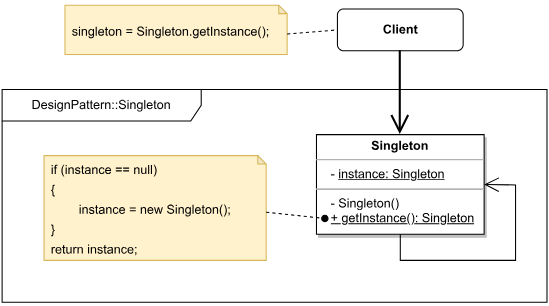
safar-jn/design-patterns keeps this draw.io diagram as Singleton/Singleton.svg. Above is the earlier version. Source tidied: cells renumbered, new cells last; positions are measured from the earlier drawing's top-left corner, leaving out a move shared by most shapes. Source of this version:
```xml
<mxGraphModel>
  <root>
    <mxCell id="0" />
    <mxCell id="1" parent="0" />
    <mxCell id="2" value="DesignPattern::Singleton" style="shape=umlFrame;whiteSpace=wrap;html=1;width=190;height=30;" parent="1" vertex="1">
      <mxGeometry y="81" width="520" height="203" as="geometry" />
    </mxCell>
    <mxCell id="3" style="edgeStyle=orthogonalEdgeStyle;rounded=0;orthogonalLoop=1;jettySize=auto;html=1;exitX=0.5;exitY=1;exitDx=0;exitDy=0;" parent="1" edge="1">
      <mxGeometry relative="1" as="geometry">
        <mxPoint x="240" y="4" as="sourcePoint" />
        <mxPoint x="240" y="4" as="targetPoint" />
      </mxGeometry>
    </mxCell>
    <mxCell id="4" value="&lt;b&gt;Client&lt;/b&gt;" style="html=1;rounded=1;shadow=0;glass=0;sketch=0;strokeColor=default;strokeWidth=1;fontSize=12;fontColor=default;fillColor=default;gradientColor=none;" parent="1" vertex="1">
      <mxGeometry x="320" y="4" width="120" height="40" as="geometry" />
    </mxCell>
    <mxCell id="5" value="&lt;div style=&quot;&quot;&gt;&lt;span style=&quot;font-size: 12px;&quot;&gt;singleton = Singleton.getInstance();&lt;/span&gt;&lt;/div&gt;" style="shape=note;backgroundOutline=1;darkOpacity=0.05;rounded=1;shadow=0;glass=0;sketch=0;strokeColor=#d6b656;fontSize=16;size=8;strokeWidth=1;fillColor=#fff2cc;html=1;whiteSpace=wrap;align=left;spacingLeft=5;" parent="1" vertex="1">
      <mxGeometry x="60" y="0.5" width="212" height="47" as="geometry" />
    </mxCell>
    <mxCell id="6" style="endArrow=none;dashed=1;html=1;rounded=0;shadow=0;sketch=0;strokeWidth=1;fontSize=12;startArrow=none;startFill=0;entryX=0;entryY=0.5;entryDx=0;entryDy=0;exitX=0;exitY=0;exitDx=212;exitDy=27.5;exitPerimeter=0;" parent="1" edge="1" source="5" target="4">
      <mxGeometry relative="1" as="geometry" />
    </mxCell>
    <mxCell id="7" value="&lt;p style=&quot;margin:0px;margin-top:4px;text-align:center;&quot;&gt;&lt;b&gt;Singleton&lt;/b&gt;&lt;/p&gt;&lt;hr size=&quot;1&quot;&gt;&lt;p style=&quot;margin:0px;margin-left:4px;&quot;&gt;&amp;nbsp; &amp;nbsp;- &lt;u&gt;instance: Singleton&lt;/u&gt;&lt;/p&gt;&lt;hr size=&quot;1&quot;&gt;&lt;p style=&quot;margin:0px;margin-left:4px;&quot;&gt;&amp;nbsp; &amp;nbsp;- Singleton()&lt;/p&gt;&lt;p style=&quot;margin:0px;margin-left:4px;&quot;&gt;&amp;nbsp; &amp;nbsp;&lt;u&gt;+ getInstance(): Singleton&lt;/u&gt;&lt;/p&gt;" style="verticalAlign=top;align=left;overflow=fill;fontSize=12;fontFamily=Helvetica;html=1;rounded=0;shadow=1;glass=0;sketch=0;strokeColor=default;strokeWidth=1;fontColor=default;fillColor=default;gradientColor=none;" parent="1" vertex="1">
      <mxGeometry x="300" y="124" width="160" height="95" as="geometry" />
    </mxCell>
    <mxCell id="8" value="&lt;div style=&quot;&quot;&gt;&lt;span style=&quot;font-size: 12px;&quot;&gt;if (instance == null)&lt;/span&gt;&lt;/div&gt;&lt;div style=&quot;&quot;&gt;&lt;span style=&quot;font-size: 12px;&quot;&gt;{&lt;/span&gt;&lt;/div&gt;&lt;div style=&quot;&quot;&gt;&lt;span style=&quot;font-size: 12px;&quot;&gt;&lt;span style=&quot;white-space: pre;&quot;&gt;&#9;&lt;/span&gt;instance = new Singleton();&lt;br&gt;&lt;/span&gt;&lt;/div&gt;&lt;div style=&quot;&quot;&gt;&lt;span style=&quot;font-size: 12px;&quot;&gt;}&lt;/span&gt;&lt;/div&gt;&lt;div style=&quot;&quot;&gt;&lt;span style=&quot;font-size: 12px;&quot;&gt;return instance;&lt;/span&gt;&lt;/div&gt;" style="shape=note;backgroundOutline=1;darkOpacity=0.05;rounded=1;shadow=0;glass=0;sketch=0;strokeColor=#d6b656;fontSize=16;size=8;strokeWidth=1;fillColor=#fff2cc;html=1;whiteSpace=wrap;align=left;spacingLeft=5;" parent="1" vertex="1">
      <mxGeometry x="40" y="144" width="212" height="100" as="geometry" />
    </mxCell>
    <mxCell id="9" style="endArrow=oval;dashed=1;html=1;rounded=0;shadow=0;sketch=0;strokeWidth=1;fontSize=12;startArrow=none;startFill=0;exitX=0;exitY=0;exitDx=212;exitDy=54;exitPerimeter=0;endFill=1;" parent="1" edge="1" source="8">
      <mxGeometry relative="1" as="geometry">
        <mxPoint x="308" y="204" as="targetPoint" />
      </mxGeometry>
    </mxCell>
    <mxCell id="10" style="edgeStyle=orthogonalEdgeStyle;rounded=0;jettySize=auto;html=1;exitX=0.5;exitY=1;exitDx=0;exitDy=0;entryX=0.5;entryY=0;entryDx=0;entryDy=0;fontSize=12;endArrow=open;startSize=14;endSize=14;shadow=0;sketch=0;strokeWidth=2;fontColor=default;labelBackgroundColor=default;strokeColor=#000000;" parent="1" edge="1" source="4" target="7">
      <mxGeometry relative="1" as="geometry">
        <Array as="points">
          <mxPoint x="380" y="62" />
          <mxPoint x="380" y="62" />
        </Array>
      </mxGeometry>
    </mxCell>
    <mxCell id="11" style="endArrow=open;endFill=1;endSize=12;html=1;rounded=0;exitX=0.5;exitY=1;exitDx=0;exitDy=0;entryX=1;entryY=0.5;entryDx=0;entryDy=0;" parent="1" edge="1" source="7" target="7">
      <mxGeometry relative="1" as="geometry">
        <Array as="points">
          <mxPoint x="380" y="244" />
          <mxPoint x="490" y="244" />
          <mxPoint x="490" y="172" />
        </Array>
      </mxGeometry>
    </mxCell>
  </root>
</mxGraphModel>
```
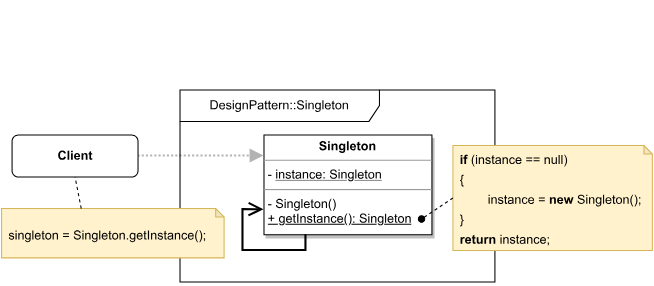
Above is the later version.

Change to the diagram source:
```diff
@@ -2,49 +2,48 @@
   <root>
     <mxCell id="0" />
     <mxCell id="1" parent="0" />
+    <mxCell id="12" style="edgeStyle=orthogonalEdgeStyle;rounded=0;jettySize=auto;html=1;exitX=1;exitY=0.5;exitDx=0;exitDy=0;fontSize=12;endArrow=block;startSize=14;endSize=8;shadow=0;sketch=0;strokeWidth=2;fontColor=default;labelBackgroundColor=default;strokeColor=#B3B3B3;dashed=1;dashPattern=1 1;endFill=1;" parent="1" edge="1" source="4">
+      <mxGeometry relative="1" as="geometry">
+        <mxPoint x="300" y="144" as="targetPoint" />
+        <Array as="points">
+          <mxPoint x="180" y="144" />
+          <mxPoint x="180" y="144" />
+        </Array>
+      </mxGeometry>
+    </mxCell>
     <mxCell id="2" value="DesignPattern::Singleton" style="shape=umlFrame;whiteSpace=wrap;html=1;width=190;height=30;" parent="1" vertex="1">
-      <mxGeometry y="81" width="520" height="203" as="geometry" />
+      <mxGeometry x="220" y="81" width="300" height="183" as="geometry" />
     </mxCell>
-    <mxCell id="3" style="edgeStyle=orthogonalEdgeStyle;rounded=0;orthogonalLoop=1;jettySize=auto;html=1;exitX=0.5;exitY=1;exitDx=0;exitDy=0;" parent="1" edge="1">
-      <mxGeometry relative="1" as="geometry">
-        <mxPoint x="240" y="4" as="sourcePoint" />
-        <mxPoint x="240" y="4" as="targetPoint" />
-      </mxGeometry>
-    </mxCell>
+    <mxCell id="13" style="edgeStyle=orthogonalEdgeStyle;rounded=0;orthogonalLoop=1;jettySize=auto;html=1;exitX=0.5;exitY=1;exitDx=0;exitDy=0;" parent="1" edge="1">
+      <mxGeometry relative="1" as="geometry">
+        <mxPoint x="240" y="4" as="sourcePoint" />
+        <mxPoint x="240" y="4" as="targetPoint" />
+      </mxGeometry>
+    </mxCell>
     <mxCell id="4" value="&lt;b&gt;Client&lt;/b&gt;" style="html=1;rounded=1;shadow=0;glass=0;sketch=0;strokeColor=default;strokeWidth=1;fontSize=12;fontColor=default;fillColor=default;gradientColor=none;" parent="1" vertex="1">
-      <mxGeometry x="320" y="4" width="120" height="40" as="geometry" />
+      <mxGeometry x="60" y="124" width="120" height="40" as="geometry" />
     </mxCell>
     <mxCell id="5" value="&lt;div style=&quot;&quot;&gt;&lt;span style=&quot;font-size: 12px;&quot;&gt;singleton = Singleton.getInstance();&lt;/span&gt;&lt;/div&gt;" style="shape=note;backgroundOutline=1;darkOpacity=0.05;rounded=1;shadow=0;glass=0;sketch=0;strokeColor=#d6b656;fontSize=16;size=8;strokeWidth=1;fillColor=#fff2cc;html=1;whiteSpace=wrap;align=left;spacingLeft=5;" parent="1" vertex="1">
-      <mxGeometry x="60" y="0.5" width="212" height="47" as="geometry" />
+      <mxGeometry x="50" y="194" width="212" height="47" as="geometry" />
     </mxCell>
-    <mxCell id="6" style="endArrow=none;dashed=1;html=1;rounded=0;shadow=0;sketch=0;strokeWidth=1;fontSize=12;startArrow=none;startFill=0;entryX=0;entryY=0.5;entryDx=0;entryDy=0;exitX=0;exitY=0;exitDx=212;exitDy=27.5;exitPerimeter=0;" parent="1" edge="1" source="5" target="4">
+    <mxCell id="6" style="endArrow=none;dashed=1;html=1;rounded=0;shadow=0;sketch=0;strokeWidth=1;fontSize=12;startArrow=none;startFill=0;entryX=0.5;entryY=1;entryDx=0;entryDy=0;exitX=0.358;exitY=0;exitDx=0;exitDy=0;exitPerimeter=0;" parent="1" edge="1" source="5" target="4">
       <mxGeometry relative="1" as="geometry" />
     </mxCell>
-    <mxCell id="7" value="&lt;p style=&quot;margin:0px;margin-top:4px;text-align:center;&quot;&gt;&lt;b&gt;Singleton&lt;/b&gt;&lt;/p&gt;&lt;hr size=&quot;1&quot;&gt;&lt;p style=&quot;margin:0px;margin-left:4px;&quot;&gt;&amp;nbsp; &amp;nbsp;- &lt;u&gt;instance: Singleton&lt;/u&gt;&lt;/p&gt;&lt;hr size=&quot;1&quot;&gt;&lt;p style=&quot;margin:0px;margin-left:4px;&quot;&gt;&amp;nbsp; &amp;nbsp;- Singleton()&lt;/p&gt;&lt;p style=&quot;margin:0px;margin-left:4px;&quot;&gt;&amp;nbsp; &amp;nbsp;&lt;u&gt;+ getInstance(): Singleton&lt;/u&gt;&lt;/p&gt;" style="verticalAlign=top;align=left;overflow=fill;fontSize=12;fontFamily=Helvetica;html=1;rounded=0;shadow=1;glass=0;sketch=0;strokeColor=default;strokeWidth=1;fontColor=default;fillColor=default;gradientColor=none;" parent="1" vertex="1">
+    <mxCell id="7" value="&lt;p style=&quot;margin:0px;margin-top:4px;text-align:center;&quot;&gt;&lt;b&gt;Singleton&lt;/b&gt;&lt;/p&gt;&lt;hr size=&quot;1&quot;&gt;&lt;p style=&quot;margin:0px;margin-left:4px;&quot;&gt;- &lt;u&gt;instance: Singleton&lt;/u&gt;&lt;/p&gt;&lt;hr size=&quot;1&quot;&gt;&lt;p style=&quot;margin:0px;margin-left:4px;&quot;&gt;- Singleton()&lt;/p&gt;&lt;p style=&quot;margin:0px;margin-left:4px;&quot;&gt;&lt;u&gt;+ getInstance(): Singleton&lt;/u&gt;&lt;/p&gt;" style="verticalAlign=top;align=left;overflow=fill;fontSize=12;fontFamily=Helvetica;html=1;rounded=0;shadow=1;glass=0;sketch=0;strokeColor=default;strokeWidth=1;fontColor=default;fillColor=default;gradientColor=none;" parent="1" vertex="1">
       <mxGeometry x="300" y="124" width="160" height="95" as="geometry" />
     </mxCell>
-    <mxCell id="8" value="&lt;div style=&quot;&quot;&gt;&lt;span style=&quot;font-size: 12px;&quot;&gt;if (instance == null)&lt;/span&gt;&lt;/div&gt;&lt;div style=&quot;&quot;&gt;&lt;span style=&quot;font-size: 12px;&quot;&gt;{&lt;/span&gt;&lt;/div&gt;&lt;div style=&quot;&quot;&gt;&lt;span style=&quot;font-size: 12px;&quot;&gt;&lt;span style=&quot;white-space: pre;&quot;&gt;&#9;&lt;/span&gt;instance = new Singleton();&lt;br&gt;&lt;/span&gt;&lt;/div&gt;&lt;div style=&quot;&quot;&gt;&lt;span style=&quot;font-size: 12px;&quot;&gt;}&lt;/span&gt;&lt;/div&gt;&lt;div style=&quot;&quot;&gt;&lt;span style=&quot;font-size: 12px;&quot;&gt;return instance;&lt;/span&gt;&lt;/div&gt;" style="shape=note;backgroundOutline=1;darkOpacity=0.05;rounded=1;shadow=0;glass=0;sketch=0;strokeColor=#d6b656;fontSize=16;size=8;strokeWidth=1;fillColor=#fff2cc;html=1;whiteSpace=wrap;align=left;spacingLeft=5;" parent="1" vertex="1">
-      <mxGeometry x="40" y="144" width="212" height="100" as="geometry" />
+    <mxCell id="8" value="&lt;div style=&quot;&quot;&gt;&lt;span style=&quot;font-size: 12px;&quot;&gt;&lt;b&gt;if &lt;/b&gt;(instance == null)&lt;/span&gt;&lt;/div&gt;&lt;div style=&quot;&quot;&gt;&lt;span style=&quot;font-size: 12px;&quot;&gt;{&lt;/span&gt;&lt;/div&gt;&lt;div style=&quot;&quot;&gt;&lt;span style=&quot;font-size: 12px;&quot;&gt;&lt;span style=&quot;white-space: pre;&quot;&gt;&#9;&lt;/span&gt;instance = &lt;b&gt;new &lt;/b&gt;Singleton();&lt;br&gt;&lt;/span&gt;&lt;/div&gt;&lt;div style=&quot;&quot;&gt;&lt;span style=&quot;font-size: 12px;&quot;&gt;}&lt;/span&gt;&lt;/div&gt;&lt;div style=&quot;&quot;&gt;&lt;span style=&quot;font-size: 12px;&quot;&gt;&lt;b&gt;return &lt;/b&gt;instance;&lt;/span&gt;&lt;/div&gt;" style="shape=note;backgroundOutline=1;darkOpacity=0.05;rounded=1;shadow=0;glass=0;sketch=0;strokeColor=#d6b656;fontSize=16;size=8;strokeWidth=1;fillColor=#fff2cc;html=1;whiteSpace=wrap;align=left;spacingLeft=5;" parent="1" vertex="1">
+      <mxGeometry x="480" y="134" width="190" height="100" as="geometry" />
     </mxCell>
-    <mxCell id="9" style="endArrow=oval;dashed=1;html=1;rounded=0;shadow=0;sketch=0;strokeWidth=1;fontSize=12;startArrow=none;startFill=0;exitX=0;exitY=0;exitDx=212;exitDy=54;exitPerimeter=0;endFill=1;" parent="1" edge="1" source="8">
-      <mxGeometry relative="1" as="geometry">
-        <mxPoint x="308" y="204" as="targetPoint" />
-      </mxGeometry>
-    </mxCell>
-    <mxCell id="10" style="edgeStyle=orthogonalEdgeStyle;rounded=0;jettySize=auto;html=1;exitX=0.5;exitY=1;exitDx=0;exitDy=0;entryX=0.5;entryY=0;entryDx=0;entryDy=0;fontSize=12;endArrow=open;startSize=14;endSize=14;shadow=0;sketch=0;strokeWidth=2;fontColor=default;labelBackgroundColor=default;strokeColor=#000000;" parent="1" edge="1" source="4" target="7">
-      <mxGeometry relative="1" as="geometry">
-        <Array as="points">
-          <mxPoint x="380" y="62" />
-          <mxPoint x="380" y="62" />
-        </Array>
-      </mxGeometry>
-    </mxCell>
+    <mxCell id="14" style="endArrow=oval;dashed=1;html=1;rounded=0;shadow=0;sketch=0;strokeWidth=1;fontSize=12;startArrow=none;startFill=0;exitX=0;exitY=0.5;exitDx=0;exitDy=0;exitPerimeter=0;endFill=1;entryX=0.938;entryY=0.842;entryDx=0;entryDy=0;entryPerimeter=0;" parent="1" edge="1" source="8" target="7">
+      <mxGeometry relative="1" as="geometry" />
+    </mxCell>
-    <mxCell id="11" style="endArrow=open;endFill=1;endSize=12;html=1;rounded=0;exitX=0.5;exitY=1;exitDx=0;exitDy=0;entryX=1;entryY=0.5;entryDx=0;entryDy=0;" parent="1" edge="1" source="7" target="7">
+    <mxCell id="11" style="endArrow=open;endFill=1;endSize=10;html=1;rounded=0;exitX=0.25;exitY=1;exitDx=0;exitDy=0;entryX=0;entryY=0.75;entryDx=0;entryDy=0;strokeWidth=2;" parent="1" edge="1" source="7" target="7">
       <mxGeometry relative="1" as="geometry">
         <Array as="points">
-          <mxPoint x="380" y="244" />
-          <mxPoint x="490" y="244" />
-          <mxPoint x="490" y="172" />
+          <mxPoint x="340" y="234" />
+          <mxPoint x="280" y="234" />
+          <mxPoint x="280" y="195" />
         </Array>
       </mxGeometry>
     </mxCell>
```
